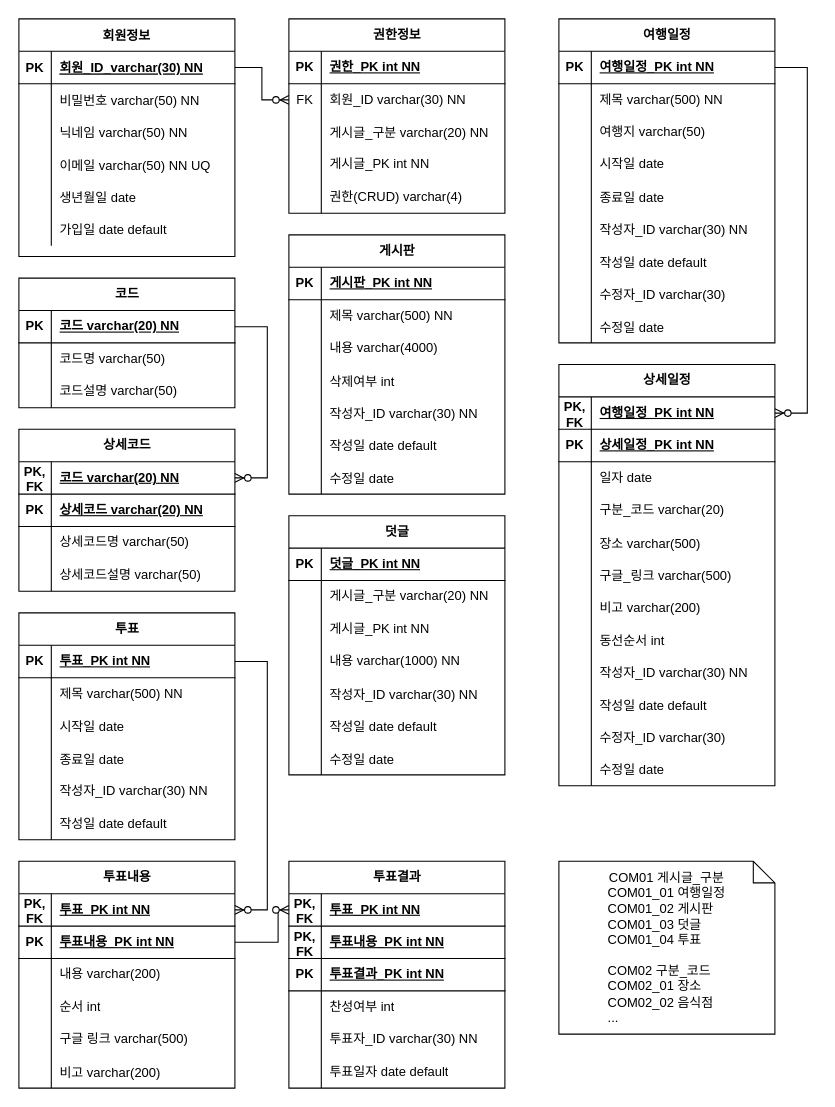
Hevrica/itinerary_be keeps this draw.io diagram as erd/itinerary_erd.drawio. Above is the earlier version. Source tidied: cells renumbered, new cells numbered last; positions are measured from the earlier drawing's top-left corner, leaving out a move shared by most shapes. Both pictures are drawn from the tidied source at 108%, with x=0, y=0 at pixel (18, 18).
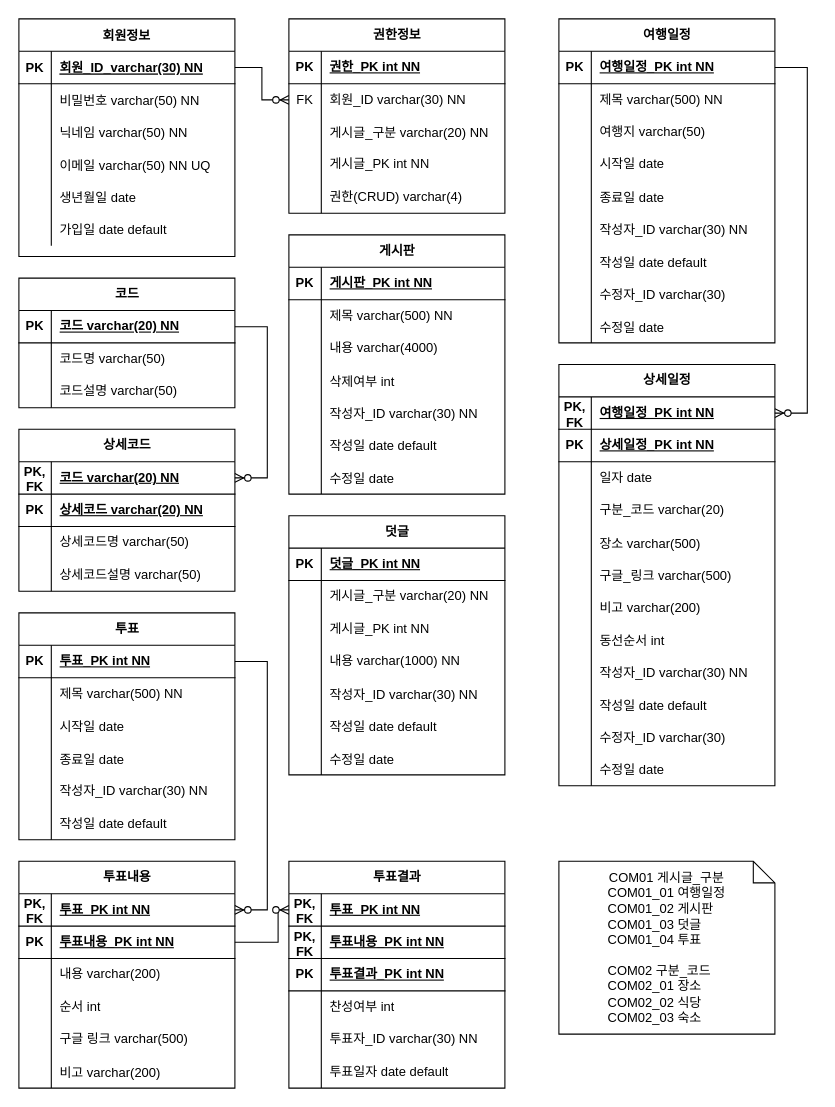
After the change.

Commit message:
itinerary_erd v0.2 코드 추가

Diff of the diagram source:
```diff
@@
-    <mxCell id="128" value="&lt;span style=&quot;background-color: initial; text-align: left;&quot;&gt;COM01 게시글_구분&lt;/span&gt;&lt;br&gt;&lt;div style=&quot;text-align: left;&quot;&gt;&lt;span style=&quot;background-color: initial;&quot;&gt;COM01_01 여행일정&lt;/span&gt;&lt;/div&gt;&lt;div style=&quot;text-align: left;&quot;&gt;&lt;span style=&quot;background-color: initial;&quot;&gt;COM01_02 게시판&lt;/span&gt;&lt;/div&gt;&lt;div style=&quot;text-align: left;&quot;&gt;&lt;span style=&quot;background-color: initial;&quot;&gt;COM01_03 덧글&lt;/span&gt;&lt;/div&gt;&lt;div style=&quot;text-align: left;&quot;&gt;&lt;span style=&quot;background-color: initial;&quot;&gt;COM01_04 투표&lt;/span&gt;&lt;/div&gt;&lt;div style=&quot;text-align: left;&quot;&gt;&lt;span style=&quot;background-color: initial;&quot;&gt;&lt;br&gt;&lt;/span&gt;&lt;/div&gt;&lt;div style=&quot;text-align: left;&quot;&gt;COM02 구분_코드&lt;/div&gt;&lt;div style=&quot;text-align: left;&quot;&gt;COM02_01 장소&lt;/div&gt;&lt;div style=&quot;text-align: left;&quot;&gt;COM02_02 음식점&lt;/div&gt;&lt;div style=&quot;text-align: left;&quot;&gt;...&lt;/div&gt;" style="shape=note;size=20;whiteSpace=wrap;html=1;" parent="1" vertex="1">
+    <mxCell id="128" value="&lt;span style=&quot;background-color: initial; text-align: left;&quot;&gt;COM01 게시글_구분&lt;/span&gt;&lt;br&gt;&lt;div style=&quot;text-align: left;&quot;&gt;&lt;span style=&quot;background-color: initial;&quot;&gt;COM01_01 여행일정&lt;/span&gt;&lt;/div&gt;&lt;div style=&quot;text-align: left;&quot;&gt;&lt;span style=&quot;background-color: initial;&quot;&gt;COM01_02 게시판&lt;/span&gt;&lt;/div&gt;&lt;div style=&quot;text-align: left;&quot;&gt;&lt;span style=&quot;background-color: initial;&quot;&gt;COM01_03 덧글&lt;/span&gt;&lt;/div&gt;&lt;div style=&quot;text-align: left;&quot;&gt;&lt;span style=&quot;background-color: initial;&quot;&gt;COM01_04 투표&lt;/span&gt;&lt;/div&gt;&lt;div style=&quot;text-align: left;&quot;&gt;&lt;span style=&quot;background-color: initial;&quot;&gt;&lt;br&gt;&lt;/span&gt;&lt;/div&gt;&lt;div style=&quot;text-align: left;&quot;&gt;COM02 구분_코드&lt;/div&gt;&lt;div style=&quot;text-align: left;&quot;&gt;COM02_01 장소&lt;/div&gt;&lt;div style=&quot;text-align: left;&quot;&gt;COM02_02 식당&lt;/div&gt;&lt;div style=&quot;text-align: left;&quot;&gt;COM02_03 숙소&lt;/div&gt;" style="shape=note;size=20;whiteSpace=wrap;html=1;" parent="1" vertex="1">
       <mxGeometry x="500" y="780" width="200" height="160" as="geometry" />
     </mxCell>
```
